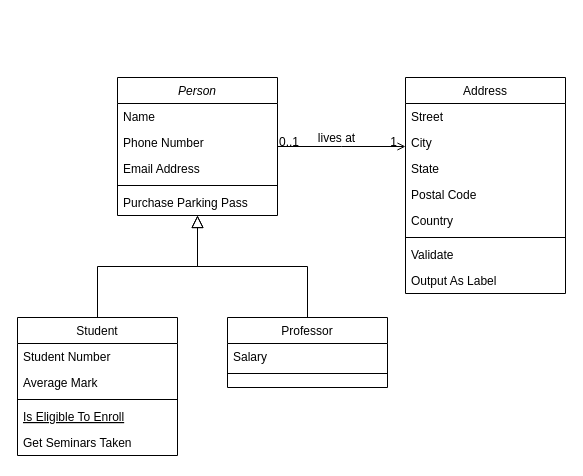
Above: homework_cpp.drawio in avetodef/ict_cpp_course_3rd_year (draw.io), before the change. Source tidied: cells renumbered, new cells numbered last; positions are measured from the earlier drawing's top-left corner, leaving out a move shared by most shapes. Both pictures are drawn from the tidied source at 100%, with x=0, y=0 at pixel (17, 77).
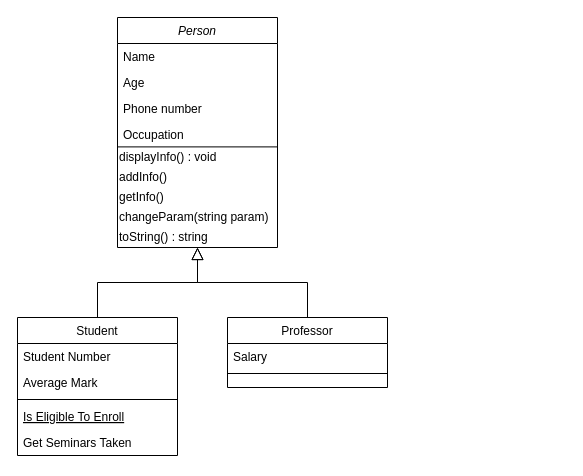
The same page after the edit.

Diff of the diagram source:
```diff
@@
     <mxCell id="2" value="Person" style="swimlane;fontStyle=2;align=center;verticalAlign=top;horizontal=1;startSize=26;rounded=0;shadow=0;strokeWidth=1;" parent="1" vertex="1">
-      <mxGeometry x="100" width="160" height="138" as="geometry" />
+      <mxGeometry x="100" y="-60" width="160" height="230" as="geometry" />
     </mxCell>
@@
-    <mxCell id="4" value="Phone Number" style="text;align=left;verticalAlign=top;spacingLeft=4;spacingRight=4;overflow=hidden;rounded=0;shadow=0;html=0;" parent="2" vertex="1">
+    <mxCell id="4" value="Age" style="text;align=left;verticalAlign=top;spacingLeft=4;spacingRight=4;overflow=hidden;rounded=0;shadow=0;html=0;" parent="2" vertex="1">
       <mxGeometry y="52" width="160" height="26" as="geometry" />
     </mxCell>
-    <mxCell id="5" value="Email Address" style="text;align=left;verticalAlign=top;spacingLeft=4;spacingRight=4;overflow=hidden;rounded=0;shadow=0;html=0;" parent="2" vertex="1">
+    <mxCell id="5" value="Phone number" style="text;align=left;verticalAlign=top;spacingLeft=4;spacingRight=4;overflow=hidden;rounded=0;shadow=0;html=0;" parent="2" vertex="1">
       <mxGeometry y="78" width="160" height="26" as="geometry" />
     </mxCell>
-    <mxCell id="6" style="line;html=1;strokeWidth=1;align=left;verticalAlign=middle;spacingTop=-1;spacingLeft=3;spacingRight=3;labelPosition=right;" parent="2" vertex="1">
-      <mxGeometry y="104" width="160" height="8" as="geometry" />
-    </mxCell>
-    <mxCell id="7" value="Purchase Parking Pass" style="text;align=left;verticalAlign=top;spacingLeft=4;spacingRight=4;overflow=hidden;" parent="2" vertex="1">
-      <mxGeometry y="112" width="160" height="26" as="geometry" />
-    </mxCell>
+    <mxCell id="32" value="Occupation" style="text;align=left;verticalAlign=top;spacingLeft=4;spacingRight=4;overflow=hidden;rounded=0;shadow=0;html=0;" parent="2" vertex="1">
+      <mxGeometry y="104" width="160" height="26" as="geometry" />
+    </mxCell>
+    <mxCell id="33" style="endArrow=none;html=1;rounded=0;" parent="2" edge="1">
+      <mxGeometry relative="1" as="geometry">
+        <mxPoint y="129.4" as="sourcePoint" />
+        <mxPoint x="160" y="129.4" as="targetPoint" />
+      </mxGeometry>
+    </mxCell>
+    <mxCell id="34" value="displayInfo() : void" style="text;html=1;strokeColor=none;fillColor=none;align=left;verticalAlign=middle;whiteSpace=wrap;rounded=0;" parent="2" vertex="1">
+      <mxGeometry y="130" width="160" height="20" as="geometry" />
+    </mxCell>
+    <mxCell id="35" value="addInfo()" style="text;html=1;strokeColor=none;fillColor=none;align=left;verticalAlign=middle;whiteSpace=wrap;rounded=0;" parent="2" vertex="1">
+      <mxGeometry y="150" width="160" height="20" as="geometry" />
+    </mxCell>
+    <mxCell id="36" value="getInfo()" style="text;html=1;strokeColor=none;fillColor=none;align=left;verticalAlign=middle;whiteSpace=wrap;rounded=0;" parent="2" vertex="1">
+      <mxGeometry y="170" width="160" height="20" as="geometry" />
+    </mxCell>
+    <mxCell id="37" value="changeParam(string param)" style="text;html=1;strokeColor=none;fillColor=none;align=left;verticalAlign=middle;whiteSpace=wrap;rounded=0;" parent="2" vertex="1">
+      <mxGeometry y="190" width="160" height="20" as="geometry" />
+    </mxCell>
+    <mxCell id="38" value="toString() : string" style="text;html=1;strokeColor=none;fillColor=none;align=left;verticalAlign=middle;whiteSpace=wrap;rounded=0;" parent="2" vertex="1">
+      <mxGeometry y="210" width="160" height="20" as="geometry" />
+    </mxCell>
@@
-    <mxCell id="19" value="Address" style="swimlane;fontStyle=0;align=center;verticalAlign=top;horizontal=1;startSize=26;rounded=0;shadow=0;strokeWidth=1;" parent="1" vertex="1">
-      <mxGeometry x="388" width="160" height="216" as="geometry" />
-    </mxCell>
-    <mxCell id="20" value="Street" style="text;align=left;verticalAlign=top;spacingLeft=4;spacingRight=4;overflow=hidden;" parent="19" vertex="1">
-      <mxGeometry y="26" width="160" height="26" as="geometry" />
-    </mxCell>
-    <mxCell id="21" value="City" style="text;align=left;verticalAlign=top;spacingLeft=4;spacingRight=4;overflow=hidden;rounded=0;shadow=0;html=0;" parent="19" vertex="1">
-      <mxGeometry y="52" width="160" height="26" as="geometry" />
-    </mxCell>
-    <mxCell id="22" value="State" style="text;align=left;verticalAlign=top;spacingLeft=4;spacingRight=4;overflow=hidden;rounded=0;shadow=0;html=0;" parent="19" vertex="1">
-      <mxGeometry y="78" width="160" height="26" as="geometry" />
-    </mxCell>
-    <mxCell id="23" value="Postal Code" style="text;align=left;verticalAlign=top;spacingLeft=4;spacingRight=4;overflow=hidden;rounded=0;shadow=0;html=0;" parent="19" vertex="1">
-      <mxGeometry y="104" width="160" height="26" as="geometry" />
-    </mxCell>
-    <mxCell id="24" value="Country" style="text;align=left;verticalAlign=top;spacingLeft=4;spacingRight=4;overflow=hidden;rounded=0;shadow=0;html=0;" parent="19" vertex="1">
-      <mxGeometry y="130" width="160" height="26" as="geometry" />
-    </mxCell>
-    <mxCell id="25" style="line;html=1;strokeWidth=1;align=left;verticalAlign=middle;spacingTop=-1;spacingLeft=3;spacingRight=3;labelPosition=right;" parent="19" vertex="1">
-      <mxGeometry y="156" width="160" height="8" as="geometry" />
-    </mxCell>
-    <mxCell id="26" value="Validate" style="text;align=left;verticalAlign=top;spacingLeft=4;spacingRight=4;overflow=hidden;" parent="19" vertex="1">
-      <mxGeometry y="164" width="160" height="26" as="geometry" />
-    </mxCell>
-    <mxCell id="27" value="Output As Label" style="text;align=left;verticalAlign=top;spacingLeft=4;spacingRight=4;overflow=hidden;" parent="19" vertex="1">
-      <mxGeometry y="190" width="160" height="26" as="geometry" />
-    </mxCell>
-    <mxCell id="28" style="endArrow=open;shadow=0;strokeWidth=1;rounded=0;endFill=1;edgeStyle=elbowEdgeStyle;elbow=vertical;" parent="1" edge="1" source="2" target="19">
-      <mxGeometry x="0.5" y="41" relative="1" as="geometry">
-        <mxPoint x="-40" y="32" as="offset" />
-      </mxGeometry>
-    </mxCell>
-    <mxCell id="29" value="0..1" style="align=left;verticalAlign=bottom;labelBackgroundColor=none;fontSize=12;" parent="28" vertex="1">
-      <mxGeometry x="-1" relative="1" as="geometry">
-        <mxPoint y="4" as="offset" />
-      </mxGeometry>
-    </mxCell>
-    <mxCell id="30" value="1" style="align=right;verticalAlign=bottom;labelBackgroundColor=none;fontSize=12;" parent="28" vertex="1">
-      <mxGeometry x="1" relative="1" as="geometry">
-        <mxPoint x="-7" y="4" as="offset" />
-      </mxGeometry>
-    </mxCell>
-    <mxCell id="31" value="lives at" style="text;html=1;align=center;verticalAlign=middle;labelBackgroundColor=none;rounded=0;shadow=0;strokeWidth=1;fontSize=12;" parent="28" vertex="1">
-      <mxGeometry x="0.5" y="49" relative="1" as="geometry">
-        <mxPoint x="-38" y="40" as="offset" />
-      </mxGeometry>
-    </mxCell>
```
